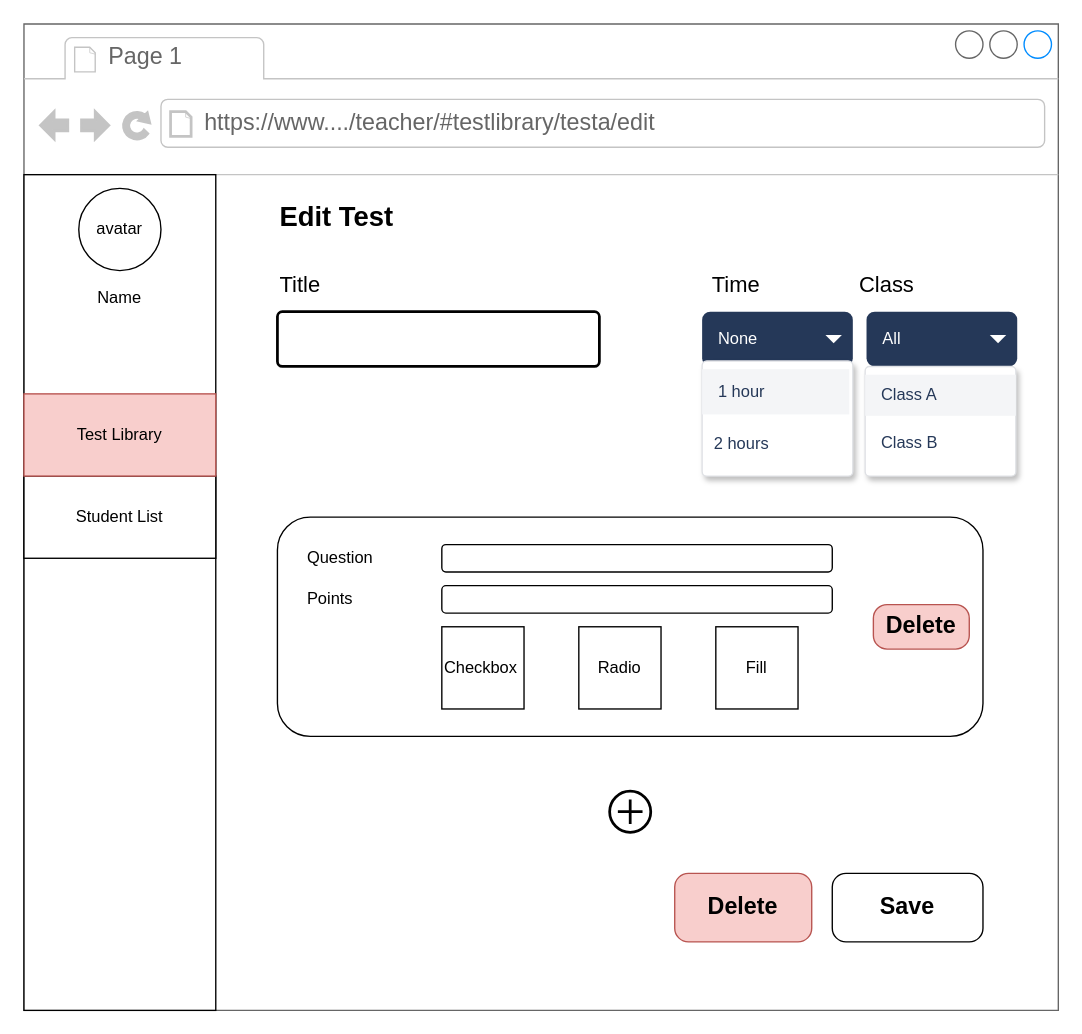
Before: page "edit test" (8 of 14) of Untitled Diagram.drawio in BuiHongChien/online-test-web-app, a draw.io diagram. Source tidied: cells renumbered, new cells numbered last; positions are measured from the earlier drawing's top-left corner, leaving out a move shared by most shapes. Both pictures are drawn from the tidied source at 137%, with x=0, y=0 at pixel (23, 23).
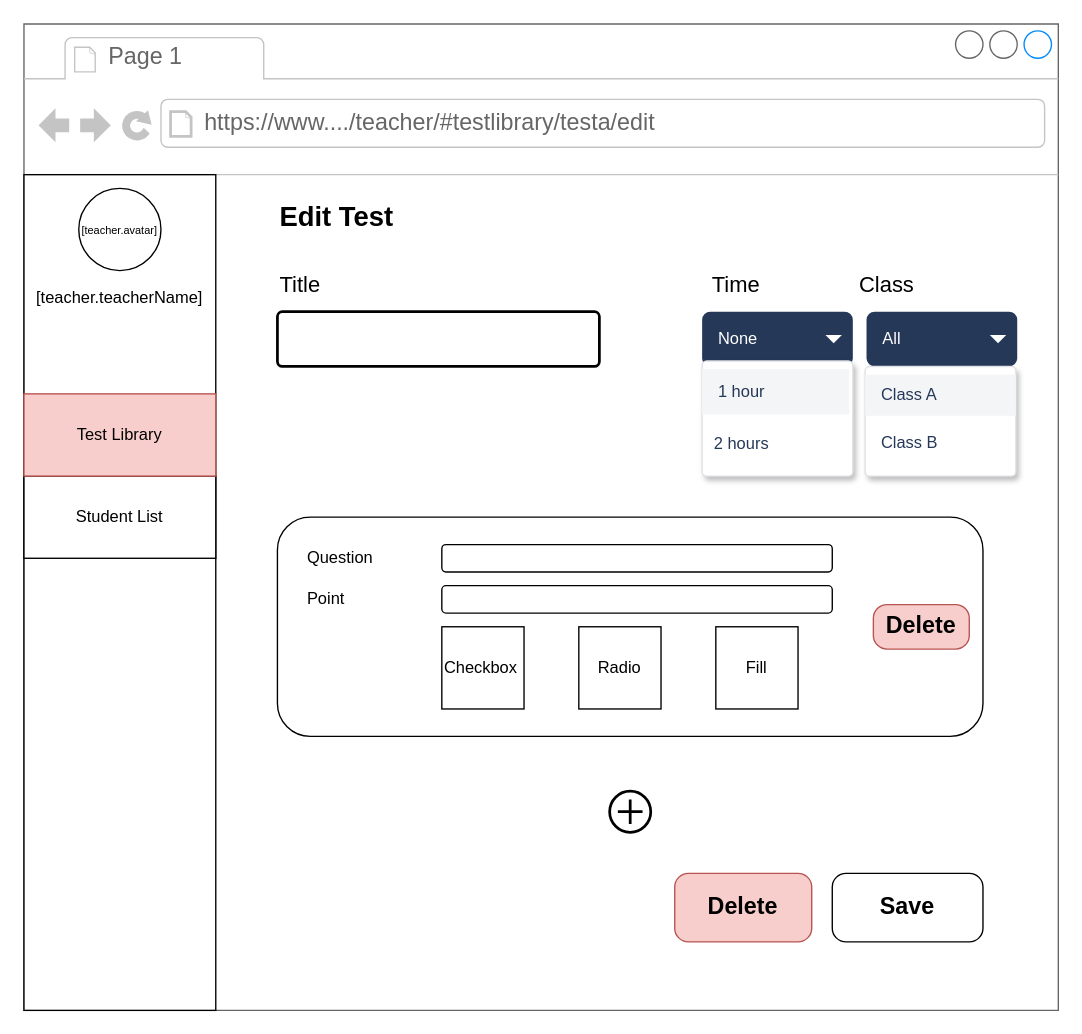
The same diagram, later.

Unchanged cells that the change refers to:
```xml
<mxCell id="2" value="&#10;&#10;&lt;span style=&quot;color: rgb(0, 0, 0); font-family: helvetica; font-size: 12px; font-style: normal; font-weight: 400; letter-spacing: normal; text-align: center; text-indent: 0px; text-transform: none; word-spacing: 0px; background-color: rgb(248, 249, 250); display: inline; float: none;&quot;&gt;History&lt;/span&gt;&#10;&#10;" style="strokeWidth=1;shadow=0;dashed=0;align=left;html=1;shape=mxgraph.mockup.containers.browserWindow;rSize=0;strokeColor=#666666;strokeColor2=#008cff;strokeColor3=#c4c4c4;mainText=,;fillColor=#FFFFFF;fontColor=#000000;" parent="1" vertex="1">
  <mxGeometry width="755" height="720" as="geometry" />
</mxCell>
```

The edit, as a diff of the source:
```diff
@@
-    <mxCell id="6" value="avatar" style="ellipse;whiteSpace=wrap;html=1;strokeColor=#000000;fillColor=#FFFFFF;fontColor=#000000;align=center;" parent="2" vertex="1">
+    <mxCell id="6" value="&lt;span style=&quot;font-size: 8px&quot;&gt;[teacher.avatar]&lt;/span&gt;" style="ellipse;whiteSpace=wrap;html=1;strokeColor=#000000;fillColor=#FFFFFF;fontColor=#000000;align=center;" parent="2" vertex="1">
       <mxGeometry x="40" y="120" width="60" height="60" as="geometry" />
     </mxCell>
-    <mxCell id="7" value="Name" style="text;html=1;strokeColor=none;fillColor=none;align=center;verticalAlign=middle;whiteSpace=wrap;rounded=0;fontColor=#000000;" parent="2" vertex="1">
+    <mxCell id="7" value="[teacher.teacherName]" style="text;html=1;strokeColor=none;fillColor=none;align=center;verticalAlign=middle;whiteSpace=wrap;rounded=0;fontColor=#000000;" parent="2" vertex="1">
       <mxGeometry x="50" y="190" width="40" height="20" as="geometry" />
     </mxCell>
@@
-    <mxCell id="23" value="Points" style="text;html=1;strokeColor=none;fillColor=none;align=left;verticalAlign=middle;whiteSpace=wrap;rounded=0;fontSize=12;fontColor=#000000;" parent="2" vertex="1">
+    <mxCell id="23" value="Point" style="text;html=1;strokeColor=none;fillColor=none;align=left;verticalAlign=middle;whiteSpace=wrap;rounded=0;fontSize=12;fontColor=#000000;" parent="2" vertex="1">
       <mxGeometry x="205" y="410" width="65" height="20" as="geometry" />
     </mxCell>
```
